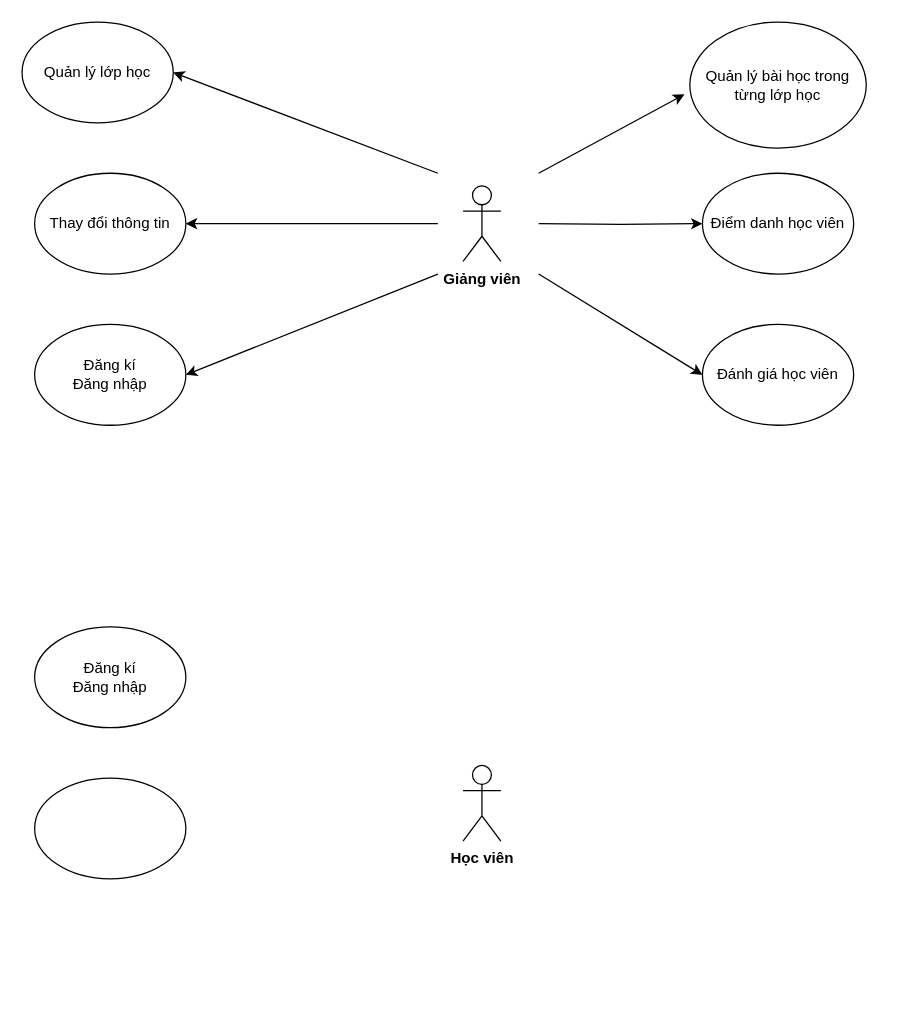
ngoclinhpn24/CSDLNHOM keeps this draw.io diagram as Untitled Diagram.drawio. Above is the earlier version. Source tidied: cells renumbered, new cells numbered last; positions are measured from the earlier drawing's top-left corner, leaving out a move shared by most shapes. Both pictures are drawn from the tidied source at 126%, with x=0, y=0 at pixel (21, 21).
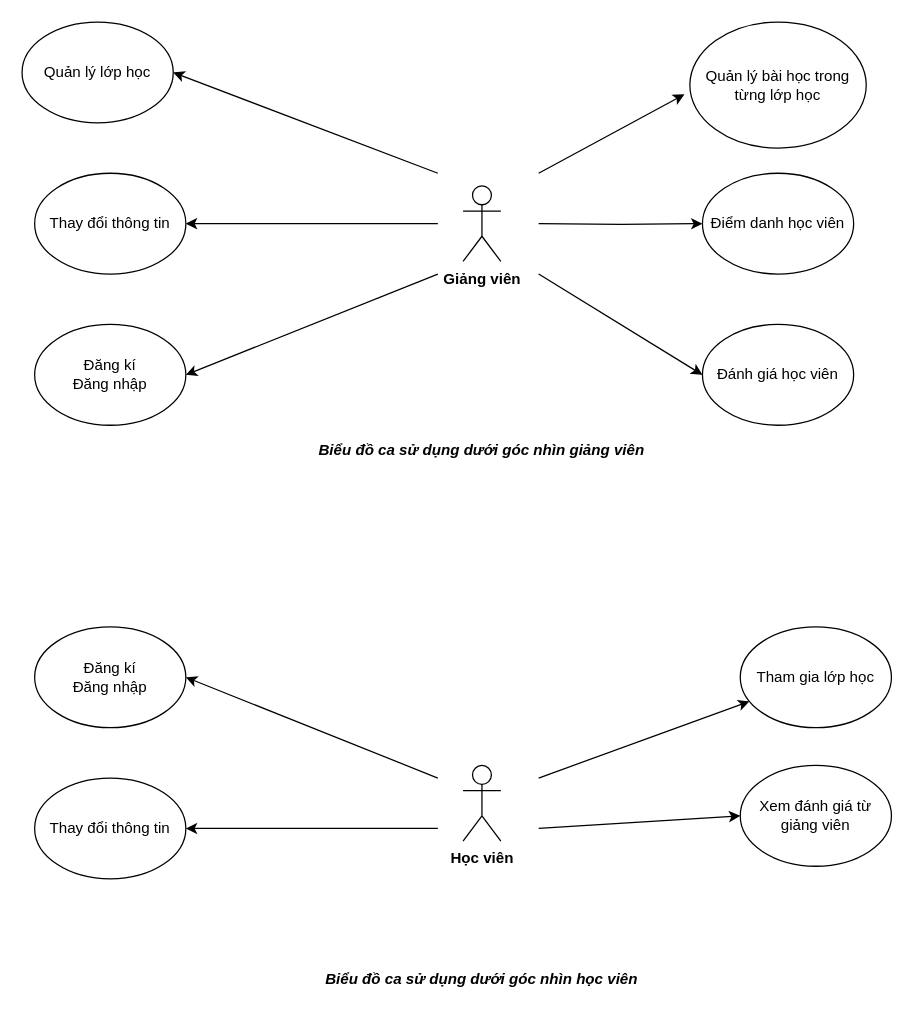
Above is the later version.

Commit message:
use cases model

Unchanged cells that the change refers to:
```xml
<mxCell id="16" value="Đăng kí&lt;br&gt;Đăng nhập" style="ellipse;whiteSpace=wrap;html=1;" parent="1" vertex="1">
  <mxGeometry x="10" y="480" width="120" height="80" as="geometry" />
</mxCell>
```

What changed in the source:
```diff
@@
-    <mxCell id="17" style="ellipse;whiteSpace=wrap;html=1;" parent="1" vertex="1">
+    <mxCell id="17" value="Thay đổi thông tin" style="ellipse;whiteSpace=wrap;html=1;" parent="1" vertex="1">
       <mxGeometry x="10" y="600" width="120" height="80" as="geometry" />
     </mxCell>
+    <mxCell id="18" value="Tham gia lớp học" style="ellipse;whiteSpace=wrap;html=1;" parent="1" vertex="1">
+      <mxGeometry x="570" y="480" width="120" height="80" as="geometry" />
+    </mxCell>
+    <mxCell id="19" value="Xem đánh giá từ giảng viên" style="ellipse;whiteSpace=wrap;html=1;" parent="1" vertex="1">
+      <mxGeometry x="570" y="590" width="120" height="80" as="geometry" />
+    </mxCell>
+    <mxCell id="20" style="endArrow=classic;html=1;entryX=1;entryY=0.5;entryDx=0;entryDy=0;" parent="1" edge="1" target="17">
+      <mxGeometry relative="1" as="geometry">
+        <mxPoint x="330" y="640" as="sourcePoint" />
+      </mxGeometry>
+    </mxCell>
+    <mxCell id="21" style="endArrow=classic;html=1;entryX=1;entryY=0.5;entryDx=0;entryDy=0;" parent="1" edge="1" target="16">
+      <mxGeometry relative="1" as="geometry">
+        <mxPoint x="330" y="600" as="sourcePoint" />
+      </mxGeometry>
+    </mxCell>
+    <mxCell id="22" style="endArrow=classic;html=1;entryX=0;entryY=0.5;entryDx=0;entryDy=0;" parent="1" edge="1" target="19">
+      <mxGeometry relative="1" as="geometry">
+        <mxPoint x="410" y="640" as="sourcePoint" />
+      </mxGeometry>
+    </mxCell>
+    <mxCell id="23" style="endArrow=classic;html=1;" parent="1" edge="1" target="18">
+      <mxGeometry relative="1" as="geometry">
+        <mxPoint x="410" y="600" as="sourcePoint" />
+      </mxGeometry>
+    </mxCell>
+    <mxCell id="24" value="&lt;b&gt;&lt;i&gt;Biểu đồ ca sử dụng dưới góc nhìn giảng viên&lt;/i&gt;&lt;/b&gt;" style="text;html=1;strokeColor=none;fillColor=none;align=center;verticalAlign=middle;whiteSpace=wrap;rounded=0;" parent="1" vertex="1">
+      <mxGeometry x="220" y="330" width="290" height="20" as="geometry" />
+    </mxCell>
+    <mxCell id="25" value="&lt;b&gt;&lt;i&gt;Biểu đồ ca sử dụng dưới góc nhìn học viên&lt;/i&gt;&lt;/b&gt;" style="text;html=1;strokeColor=none;fillColor=none;align=center;verticalAlign=middle;whiteSpace=wrap;rounded=0;" parent="1" vertex="1">
+      <mxGeometry x="220" y="750" width="290" height="20" as="geometry" />
+    </mxCell>
```
